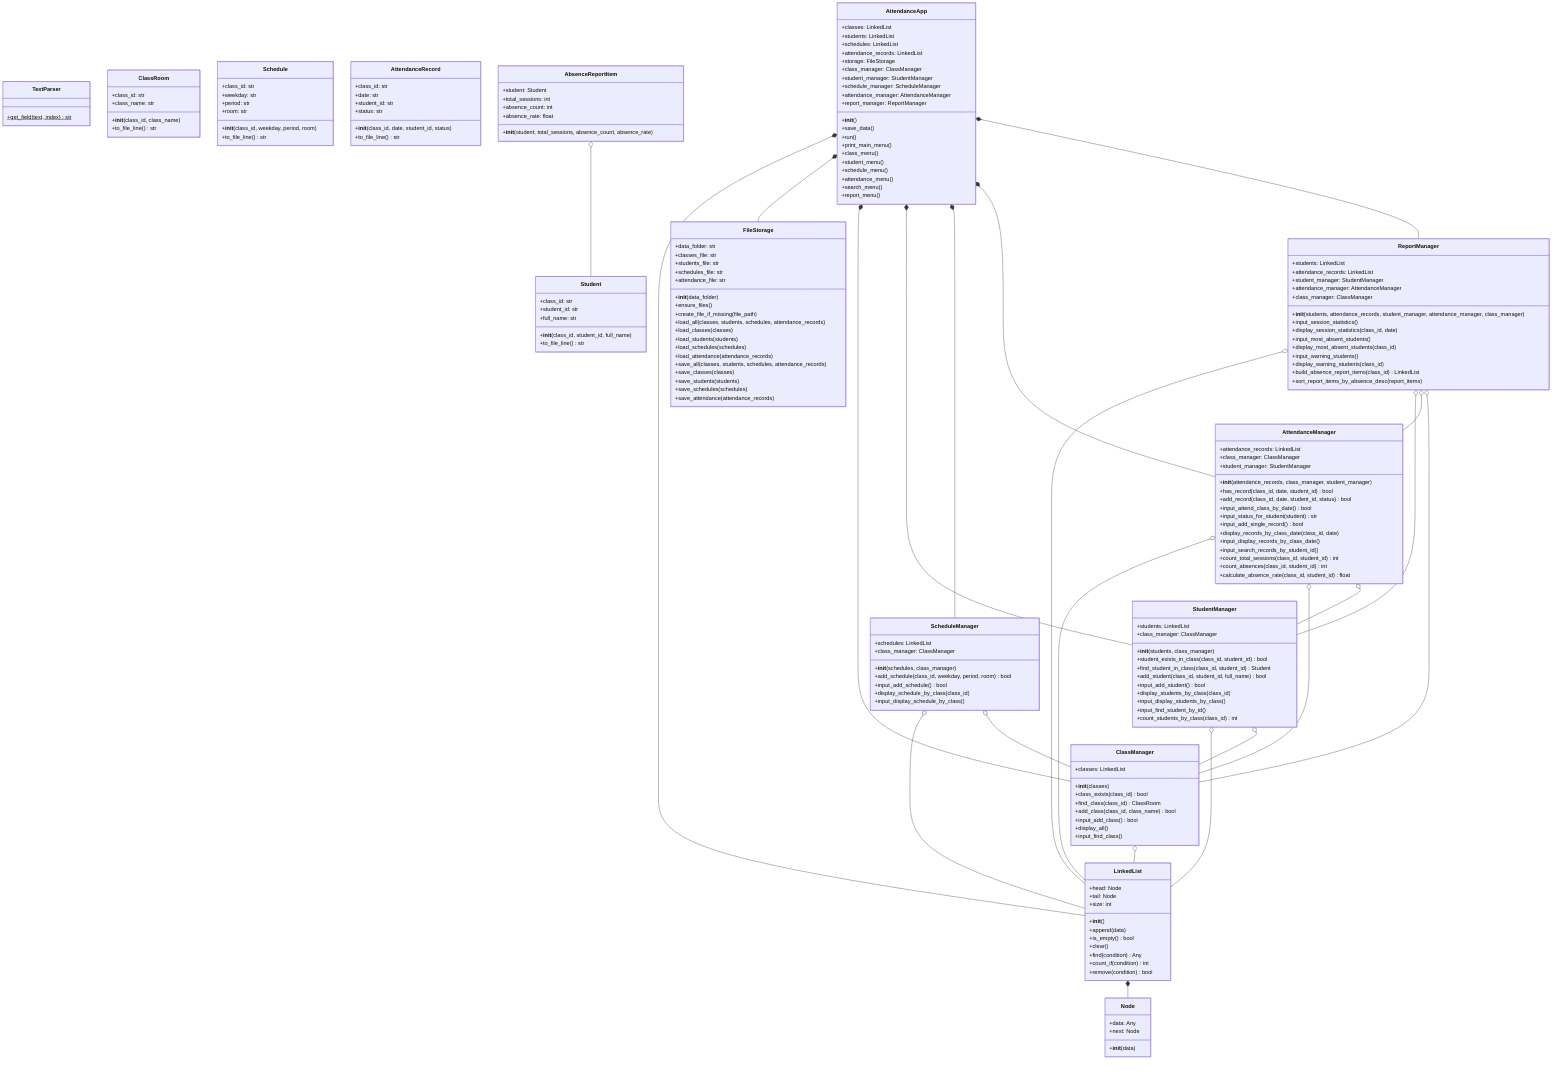
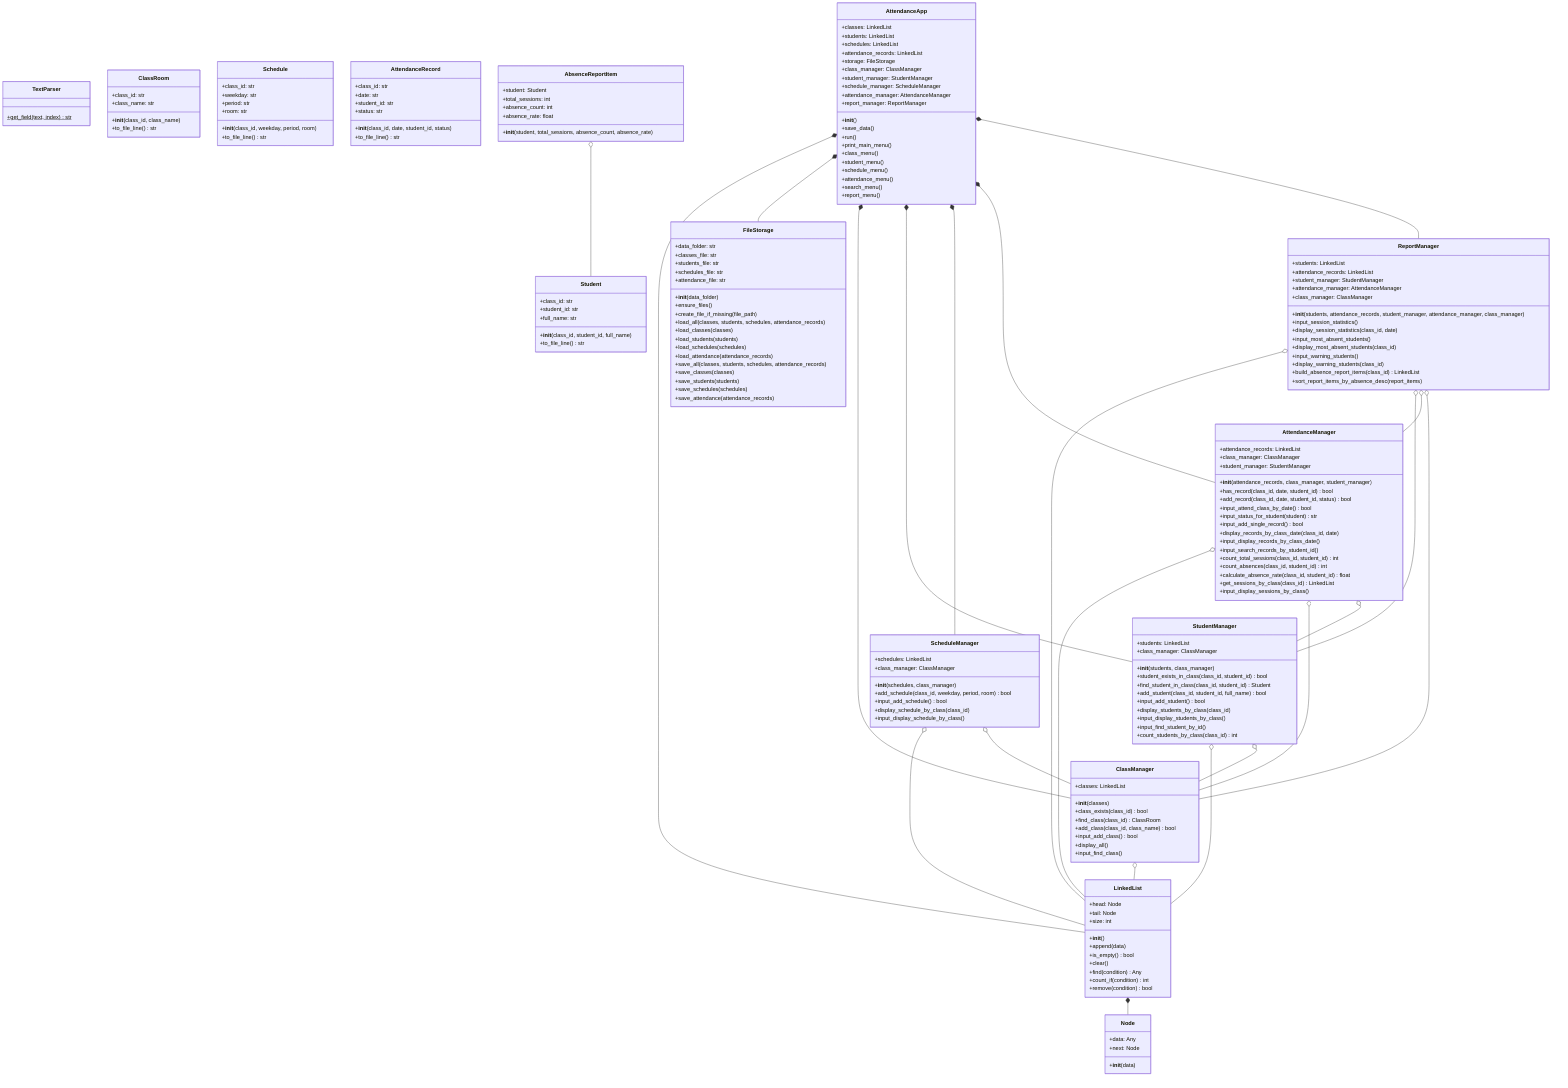
classDiagram
    class Node {
        +data: Any
        +next: Node
        +__init__(data)
    }

    class LinkedList {
        +head: Node
        +tail: Node
        +size: int
        +__init__()
        +append(data)
        +is_empty() bool
        +clear()
        +find(condition) Any
        +count_if(condition) int
        +remove(condition) bool
    }
    LinkedList *-- Node

    class TextParser {
        +get_field(text, index)$ str
    }

    class ClassRoom {
        +class_id: str
        +class_name: str
        +__init__(class_id, class_name)
        +to_file_line() str
    }

    class Student {
        +class_id: str
        +student_id: str
        +full_name: str
        +__init__(class_id, student_id, full_name)
        +to_file_line() str
    }

    class Schedule {
        +class_id: str
        +weekday: str
        +period: str
        +room: str
        +__init__(class_id, weekday, period, room)
        +to_file_line() str
    }

    class AttendanceRecord {
        +class_id: str
        +date: str
        +student_id: str
        +status: str
        +__init__(class_id, date, student_id, status)
        +to_file_line() str
    }

    class AbsenceReportItem {
        +student: Student
        +total_sessions: int
        +absence_count: int
        +absence_rate: float
        +__init__(student, total_sessions, absence_count, absence_rate)
    }
    AbsenceReportItem o-- Student

    class FileStorage {
        +data_folder: str
        +classes_file: str
        +students_file: str
        +schedules_file: str
        +attendance_file: str
        +__init__(data_folder)
        +ensure_files()
        +create_file_if_missing(file_path)
        +load_all(classes, students, schedules, attendance_records)
        +load_classes(classes)
        +load_students(students)
        +load_schedules(schedules)
        +load_attendance(attendance_records)
        +save_all(classes, students, schedules, attendance_records)
        +save_classes(classes)
        +save_students(students)
        +save_schedules(schedules)
        +save_attendance(attendance_records)
    }

    class ClassManager {
        +classes: LinkedList
        +__init__(classes)
        +class_exists(class_id) bool
        +find_class(class_id) ClassRoom
        +add_class(class_id, class_name) bool
        +input_add_class() bool
        +display_all()
        +input_find_class()
    }
    ClassManager o-- LinkedList

    class StudentManager {
        +students: LinkedList
        +class_manager: ClassManager
        +__init__(students, class_manager)
        +student_exists_in_class(class_id, student_id) bool
        +find_student_in_class(class_id, student_id) Student
        +add_student(class_id, student_id, full_name) bool
        +input_add_student() bool
        +display_students_by_class(class_id)
        +input_display_students_by_class()
        +input_find_student_by_id()
        +count_students_by_class(class_id) int
    }
    StudentManager o-- LinkedList
    StudentManager o-- ClassManager

    class ScheduleManager {
        +schedules: LinkedList
        +class_manager: ClassManager
        +__init__(schedules, class_manager)
        +add_schedule(class_id, weekday, period, room) bool
        +input_add_schedule() bool
        +display_schedule_by_class(class_id)
        +input_display_schedule_by_class()
    }
    ScheduleManager o-- LinkedList
    ScheduleManager o-- ClassManager

    class AttendanceManager {
        +attendance_records: LinkedList
        +class_manager: ClassManager
        +student_manager: StudentManager
        +__init__(attendance_records, class_manager, student_manager)
        +has_record(class_id, date, student_id) bool
        +add_record(class_id, date, student_id, status) bool
        +input_attend_class_by_date() bool
        +input_status_for_student(student) str
        +input_add_single_record() bool
        +display_records_by_class_date(class_id, date)
        +input_display_records_by_class_date()
        +input_search_records_by_student_id()
        +count_total_sessions(class_id, student_id) int
        +count_absences(class_id, student_id) int
        +calculate_absence_rate(class_id, student_id) float
+         +get_sessions_by_class(class_id) LinkedList
+         +input_display_sessions_by_class()
    }
    AttendanceManager o-- LinkedList
    AttendanceManager o-- ClassManager
    AttendanceManager o-- StudentManager

    class ReportManager {
        +students: LinkedList
        +attendance_records: LinkedList
        +student_manager: StudentManager
        +attendance_manager: AttendanceManager
        +class_manager: ClassManager
        +__init__(students, attendance_records, student_manager, attendance_manager, class_manager)
        +input_session_statistics()
        +display_session_statistics(class_id, date)
        +input_most_absent_students()
        +display_most_absent_students(class_id)
        +input_warning_students()
        +display_warning_students(class_id)
        +build_absence_report_items(class_id) LinkedList
        +sort_report_items_by_absence_desc(report_items)
    }
    ReportManager o-- LinkedList
    ReportManager o-- StudentManager
    ReportManager o-- AttendanceManager
    ReportManager o-- ClassManager

    class AttendanceApp {
        +classes: LinkedList
        +students: LinkedList
        +schedules: LinkedList
        +attendance_records: LinkedList
        +storage: FileStorage
        +class_manager: ClassManager
        +student_manager: StudentManager
        +schedule_manager: ScheduleManager
        +attendance_manager: AttendanceManager
        +report_manager: ReportManager
        +__init__()
        +save_data()
        +run()
        +print_main_menu()
        +class_menu()
        +student_menu()
        +schedule_menu()
        +attendance_menu()
        +search_menu()
        +report_menu()
    }
    AttendanceApp *-- LinkedList
    AttendanceApp *-- FileStorage
    AttendanceApp *-- ClassManager
    AttendanceApp *-- StudentManager
    AttendanceApp *-- ScheduleManager
    AttendanceApp *-- AttendanceManager
    AttendanceApp *-- ReportManager
